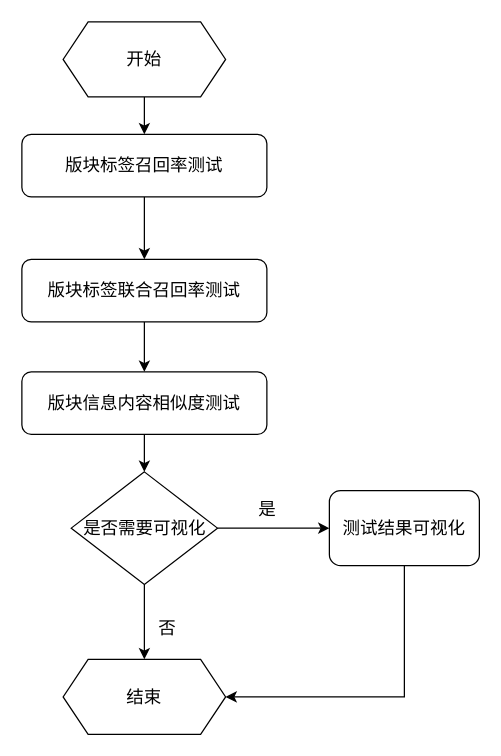
Earlier version of the draw.io diagram 未命名绘图.drawio (ltbupt/DGN). Source tidied: cells renumbered, new cells numbered last; positions are measured from the earlier drawing's top-left corner, leaving out a move shared by most shapes. Both pictures are drawn from the tidied source at 125%, with x=0, y=0 at pixel (21, 21).
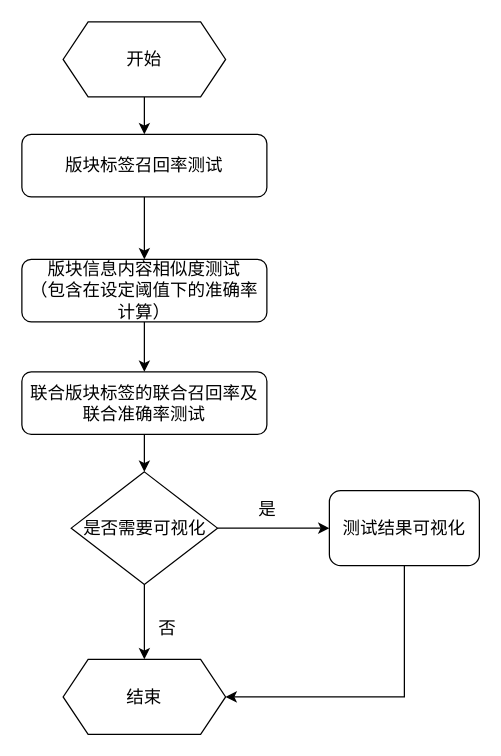
After the change.

The edit, as a diff of the source:
```diff
@@
 <mxGraphModel>
   <root>
     <mxCell id="0" />
     <mxCell id="1" parent="0" />
     <mxCell id="2" style="edgeStyle=orthogonalEdgeStyle;rounded=0;jettySize=auto;html=1;exitX=0.5;exitY=1;exitDx=0;exitDy=0;" parent="1" edge="1" source="3" target="7">
       <mxGeometry relative="1" as="geometry" />
     </mxCell>
     <mxCell id="3" value="&lt;font style=&quot;font-size: 14px;&quot;&gt;版块标签召回率测试&lt;/font&gt;" style="rounded=1;whiteSpace=wrap;html=1;fontSize=12;glass=0;strokeWidth=1;shadow=0;" parent="1" vertex="1">
       <mxGeometry y="90" width="196" height="50" as="geometry" />
     </mxCell>
     <mxCell id="4" style="edgeStyle=orthogonalEdgeStyle;rounded=0;jettySize=auto;html=1;exitX=0.5;exitY=1;exitDx=0;exitDy=0;entryX=0.5;entryY=0;entryDx=0;entryDy=0;fontSize=14;" parent="1" edge="1" source="5" target="12">
       <mxGeometry relative="1" as="geometry" />
     </mxCell>
-    <mxCell id="5" value="&lt;font style=&quot;font-size: 14px;&quot;&gt;版块信息内容相似度测试&lt;/font&gt;" style="rounded=1;whiteSpace=wrap;html=1;fontSize=12;glass=0;strokeWidth=1;shadow=0;" parent="1" vertex="1">
+    <mxCell id="5" value="&lt;font style=&quot;font-size: 14px;&quot;&gt;联合版块标签的联合召回率及联合准确率测试&lt;/font&gt;" style="rounded=1;whiteSpace=wrap;html=1;fontSize=12;glass=0;strokeWidth=1;shadow=0;" parent="1" vertex="1">
       <mxGeometry y="280" width="196" height="50" as="geometry" />
     </mxCell>
     <mxCell id="6" style="edgeStyle=orthogonalEdgeStyle;rounded=0;jettySize=auto;html=1;exitX=0.5;exitY=1;exitDx=0;exitDy=0;entryX=0.5;entryY=0;entryDx=0;entryDy=0;fontSize=14;" parent="1" edge="1" source="7" target="5">
       <mxGeometry relative="1" as="geometry" />
     </mxCell>
-    <mxCell id="7" value="&lt;font style=&quot;font-size: 14px;&quot;&gt;版块标签联合召回率测试&lt;/font&gt;" style="rounded=1;whiteSpace=wrap;html=1;fontSize=12;glass=0;strokeWidth=1;shadow=0;" parent="1" vertex="1">
+    <mxCell id="7" value="&lt;span style=&quot;font-size: 14px;&quot;&gt;版块信息内容相似度测试&lt;br&gt;（包含在设定阈值下的准确率计算）&lt;br&gt;&lt;/span&gt;" style="rounded=1;whiteSpace=wrap;html=1;fontSize=12;glass=0;strokeWidth=1;shadow=0;" parent="1" vertex="1">
       <mxGeometry y="190" width="196" height="50" as="geometry" />
     </mxCell>
     <mxCell id="8" style="edgeStyle=orthogonalEdgeStyle;rounded=0;jettySize=auto;html=1;exitX=0.5;exitY=1;exitDx=0;exitDy=0;entryX=0.5;entryY=0;entryDx=0;entryDy=0;" parent="1" edge="1" source="9" target="3">
       <mxGeometry relative="1" as="geometry" />
     </mxCell>
     <mxCell id="9" value="&lt;font style=&quot;font-size: 14px;&quot;&gt;开始&lt;/font&gt;" style="shape=hexagon;perimeter=hexagonPerimeter2;whiteSpace=wrap;html=1;fixedSize=1;" parent="1" vertex="1">
       <mxGeometry x="33" width="130" height="60" as="geometry" />
     </mxCell>
     <mxCell id="10" style="edgeStyle=orthogonalEdgeStyle;rounded=0;jettySize=auto;html=1;" parent="1" edge="1" source="12" target="14">
       <mxGeometry relative="1" as="geometry" />
     </mxCell>
     <mxCell id="11" style="edgeStyle=orthogonalEdgeStyle;rounded=0;jettySize=auto;html=1;exitX=0.5;exitY=1;exitDx=0;exitDy=0;entryX=0.5;entryY=0;entryDx=0;entryDy=0;fontSize=14;" parent="1" edge="1" source="12" target="15">
       <mxGeometry relative="1" as="geometry" />
     </mxCell>
     <mxCell id="12" value="&lt;font style=&quot;font-size: 14px;&quot;&gt;是否需要可视化&lt;/font&gt;" style="rhombus;whiteSpace=wrap;html=1;" parent="1" vertex="1">
       <mxGeometry x="39.5" y="360" width="117" height="90" as="geometry" />
     </mxCell>
     <mxCell id="13" style="edgeStyle=orthogonalEdgeStyle;rounded=0;jettySize=auto;html=1;entryX=1;entryY=0.5;entryDx=0;entryDy=0;fontSize=14;" parent="1" edge="1" source="14" target="15">
       <mxGeometry relative="1" as="geometry">
         <Array as="points">
           <mxPoint x="306" y="540" />
         </Array>
       </mxGeometry>
     </mxCell>
     <mxCell id="14" value="&lt;span style=&quot;font-size: 14px;&quot;&gt;测试结果可视化&lt;/span&gt;" style="rounded=1;whiteSpace=wrap;html=1;" parent="1" vertex="1">
       <mxGeometry x="246" y="375" width="120" height="60" as="geometry" />
     </mxCell>
     <mxCell id="15" value="&lt;font style=&quot;font-size: 14px;&quot;&gt;结束&lt;/font&gt;" style="shape=hexagon;perimeter=hexagonPerimeter2;whiteSpace=wrap;html=1;fixedSize=1;" parent="1" vertex="1">
       <mxGeometry x="33" y="510" width="130" height="60" as="geometry" />
     </mxCell>
     <mxCell id="16" value="是" style="text;html=1;align=center;verticalAlign=middle;strokeColor=none;fillColor=none;fontSize=14;" parent="1" vertex="1">
       <mxGeometry x="176" y="375" width="40" height="30" as="geometry" />
     </mxCell>
     <mxCell id="17" value="否" style="text;html=1;align=center;verticalAlign=middle;strokeColor=none;fillColor=none;fontSize=14;" parent="1" vertex="1">
       <mxGeometry x="96" y="470" width="40" height="30" as="geometry" />
     </mxCell>
   </root>
 </mxGraphModel>
```
